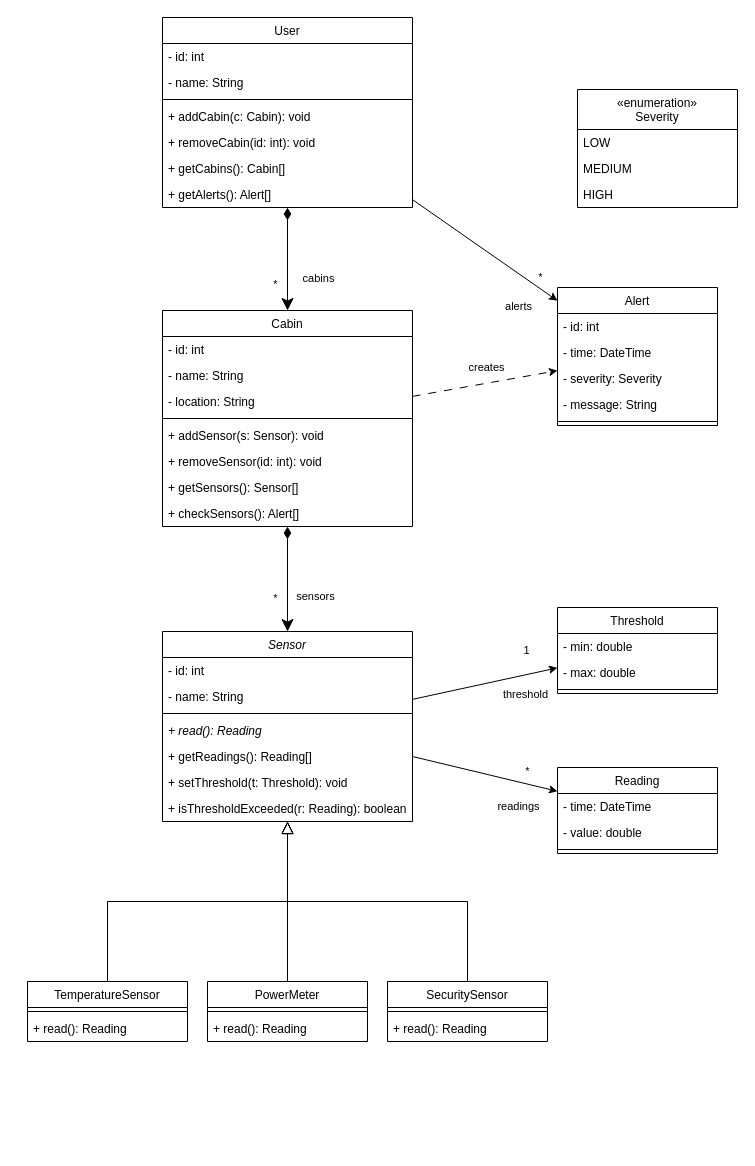
This is project/diagrams/input/class.drawio from Sergiu-Sturza/Assignment-1-Model-first-AI-second, a draw.io file, before an edit. Source tidied: cells renumbered, new cells numbered last; positions are measured from the earlier drawing's top-left corner, leaving out a move shared by most shapes. Both pictures are drawn from the tidied source at 100%, with x=0, y=0 at pixel (27, 17).
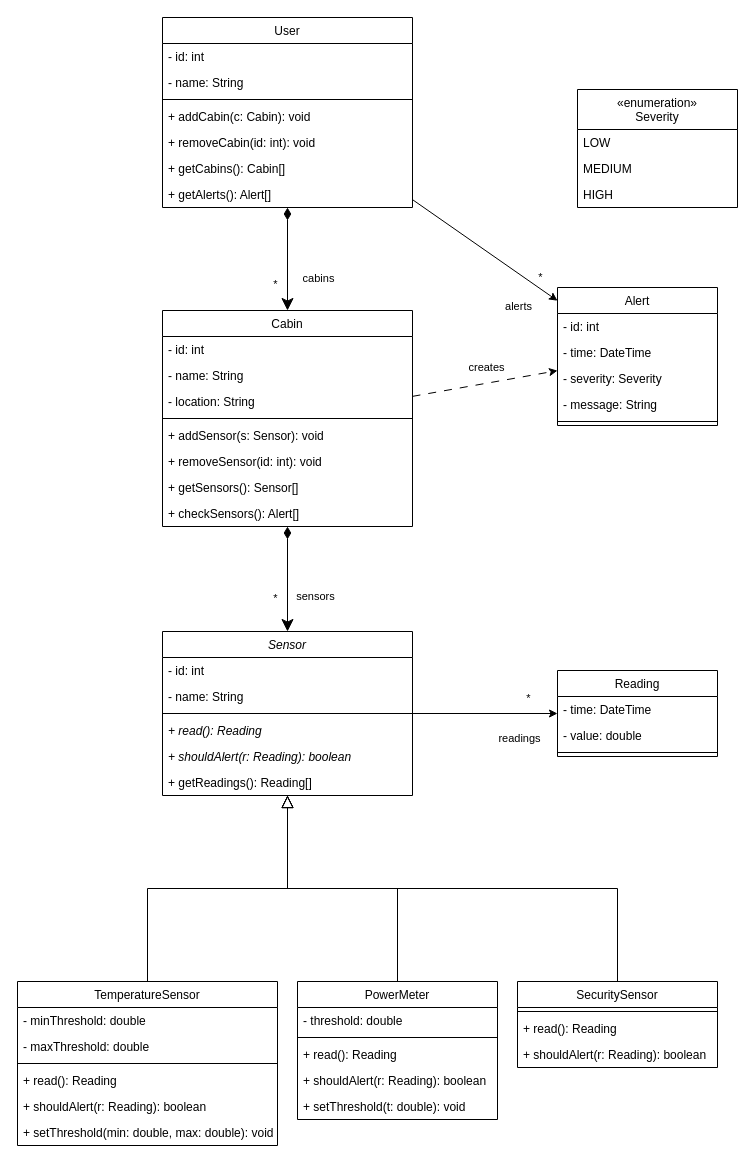
After the change.

Commit message:
update class diagram

Diff of the diagram source:
```diff
@@
-    <mxCell id="7" style="edgeStyle=none;html=1;" parent="1" edge="1" source="10" target="70">
-      <mxGeometry relative="1" as="geometry" />
-    </mxCell>
-    <mxCell id="8" value="1" style="edgeLabel;html=1;align=center;verticalAlign=middle;" parent="7" vertex="1">
-      <mxGeometry x="0.74" y="-2" relative="1" as="geometry">
-        <mxPoint x="-13" y="-24" as="offset" />
-      </mxGeometry>
-    </mxCell>
-    <mxCell id="9" value="threshold" style="edgeLabel;html=1;align=center;verticalAlign=middle;" parent="7" vertex="1">
-      <mxGeometry x="0.7" y="-4" relative="1" as="geometry">
-        <mxPoint x="-11" y="17" as="offset" />
-      </mxGeometry>
-    </mxCell>
     <mxCell id="10" value="Sensor" style="swimlane;fontStyle=2;align=center;verticalAlign=top;horizontal=1;startSize=26;rounded=0;shadow=0;strokeWidth=1;" parent="1" vertex="1">
-      <mxGeometry x="135" y="614" width="250" height="190" as="geometry" />
+      <mxGeometry x="135" y="614" width="250" height="164" as="geometry" />
     </mxCell>
@@
+    <mxCell id="17" value="+ shouldAlert(r: Reading): boolean" style="text;align=left;verticalAlign=top;spacingLeft=4;spacingRight=4;overflow=hidden;fontStyle=2;" parent="10" vertex="1">
+      <mxGeometry y="112" width="250" height="26" as="geometry" />
+    </mxCell>
     <mxCell id="15" value="+ getReadings(): Reading[]" style="text;align=left;verticalAlign=top;spacingLeft=4;spacingRight=4;overflow=hidden;fontStyle=0;" parent="10" vertex="1">
-      <mxGeometry y="112" width="250" height="26" as="geometry" />
+      <mxGeometry y="138" width="250" height="26" as="geometry" />
     </mxCell>
-    <mxCell id="16" value="+ setThreshold(t: Threshold): void" style="text;align=left;verticalAlign=top;spacingLeft=4;spacingRight=4;overflow=hidden;rounded=0;shadow=0;html=0;" parent="10" vertex="1">
-      <mxGeometry y="138" width="250" height="26" as="geometry" />
-    </mxCell>
-    <mxCell id="17" value="+ isThresholdExceeded(r: Reading): boolean" style="text;align=left;verticalAlign=top;spacingLeft=4;spacingRight=4;overflow=hidden;fontStyle=0;" parent="10" vertex="1">
-      <mxGeometry y="164" width="250" height="26" as="geometry" />
-    </mxCell>
     <mxCell id="18" value="TemperatureSensor" style="swimlane;fontStyle=0;align=center;verticalAlign=top;horizontal=1;startSize=26;rounded=0;shadow=0;strokeWidth=1;" parent="1" vertex="1">
-      <mxGeometry y="964" width="160" height="60" as="geometry" />
+      <mxGeometry x="-10" y="964" width="260" height="164" as="geometry" />
     </mxCell>
+    <mxCell id="74" value="- minThreshold: double" style="text;align=left;verticalAlign=top;spacingLeft=4;spacingRight=4;overflow=hidden;rounded=0;shadow=0;html=0;" parent="18" vertex="1">
+      <mxGeometry y="26" width="260" height="26" as="geometry" />
+    </mxCell>
+    <mxCell id="75" value="- maxThreshold: double" style="text;align=left;verticalAlign=top;spacingLeft=4;spacingRight=4;overflow=hidden;rounded=0;shadow=0;html=0;" parent="18" vertex="1">
+      <mxGeometry y="52" width="260" height="26" as="geometry" />
+    </mxCell>
     <mxCell id="19" style="line;html=1;strokeWidth=1;align=left;verticalAlign=middle;spacingTop=-1;spacingLeft=3;spacingRight=3;labelPosition=right;" parent="18" vertex="1">
-      <mxGeometry y="26" width="160" height="8" as="geometry" />
+      <mxGeometry y="78" width="260" height="8" as="geometry" />
     </mxCell>
     <mxCell id="20" value="+ read(): Reading" style="text;align=left;verticalAlign=top;spacingLeft=4;spacingRight=4;overflow=hidden;fontStyle=0;" parent="18" vertex="1">
-      <mxGeometry y="34" width="160" height="26" as="geometry" />
+      <mxGeometry y="86" width="260" height="26" as="geometry" />
     </mxCell>
+    <mxCell id="76" value="+ shouldAlert(r: Reading): boolean" style="text;align=left;verticalAlign=top;spacingLeft=4;spacingRight=4;overflow=hidden;fontStyle=0;" parent="18" vertex="1">
+      <mxGeometry y="112" width="260" height="26" as="geometry" />
+    </mxCell>
+    <mxCell id="77" value="+ setThreshold(min: double, max: double): void" style="text;align=left;verticalAlign=top;spacingLeft=4;spacingRight=4;overflow=hidden;rounded=0;shadow=0;html=0;" parent="18" vertex="1">
+      <mxGeometry y="138" width="260" height="26" as="geometry" />
+    </mxCell>
@@
     <mxCell id="23" value="PowerMeter" style="swimlane;fontStyle=0;align=center;verticalAlign=top;horizontal=1;startSize=26;rounded=0;shadow=0;strokeWidth=1;" parent="1" vertex="1">
-      <mxGeometry x="180" y="964" width="160" height="60" as="geometry" />
+      <mxGeometry x="270" y="964" width="200" height="138" as="geometry" />
     </mxCell>
+    <mxCell id="78" value="- threshold: double" style="text;align=left;verticalAlign=top;spacingLeft=4;spacingRight=4;overflow=hidden;rounded=0;shadow=0;html=0;" parent="23" vertex="1">
+      <mxGeometry y="26" width="200" height="26" as="geometry" />
+    </mxCell>
     <mxCell id="24" style="line;html=1;strokeWidth=1;align=left;verticalAlign=middle;spacingTop=-1;spacingLeft=3;spacingRight=3;labelPosition=right;" parent="23" vertex="1">
-      <mxGeometry y="26" width="160" height="8" as="geometry" />
+      <mxGeometry y="52" width="200" height="8" as="geometry" />
     </mxCell>
     <mxCell id="25" value="+ read(): Reading" style="text;align=left;verticalAlign=top;spacingLeft=4;spacingRight=4;overflow=hidden;fontStyle=0;" parent="23" vertex="1">
-      <mxGeometry y="34" width="160" height="26" as="geometry" />
+      <mxGeometry y="60" width="200" height="26" as="geometry" />
     </mxCell>
+    <mxCell id="79" value="+ shouldAlert(r: Reading): boolean" style="text;align=left;verticalAlign=top;spacingLeft=4;spacingRight=4;overflow=hidden;fontStyle=0;" parent="23" vertex="1">
+      <mxGeometry y="86" width="200" height="26" as="geometry" />
+    </mxCell>
+    <mxCell id="80" value="+ setThreshold(t: double): void" style="text;align=left;verticalAlign=top;spacingLeft=4;spacingRight=4;overflow=hidden;rounded=0;shadow=0;html=0;" parent="23" vertex="1">
+      <mxGeometry y="112" width="200" height="26" as="geometry" />
+    </mxCell>
     <mxCell id="26" value="SecuritySensor" style="swimlane;fontStyle=0;align=center;verticalAlign=top;horizontal=1;startSize=26;rounded=0;shadow=0;strokeWidth=1;" parent="1" vertex="1">
-      <mxGeometry x="360" y="964" width="160" height="60" as="geometry" />
+      <mxGeometry x="490" y="964" width="200" height="86" as="geometry" />
     </mxCell>
     <mxCell id="27" style="line;html=1;strokeWidth=1;align=left;verticalAlign=middle;spacingTop=-1;spacingLeft=3;spacingRight=3;labelPosition=right;" parent="26" vertex="1">
-      <mxGeometry y="26" width="160" height="8" as="geometry" />
+      <mxGeometry y="26" width="200" height="8" as="geometry" />
     </mxCell>
     <mxCell id="28" value="+ read(): Reading" style="text;align=left;verticalAlign=top;spacingLeft=4;spacingRight=4;overflow=hidden;fontStyle=0;" parent="26" vertex="1">
-      <mxGeometry y="34" width="160" height="26" as="geometry" />
+      <mxGeometry y="34" width="200" height="26" as="geometry" />
     </mxCell>
+    <mxCell id="81" value="+ shouldAlert(r: Reading): boolean" style="text;align=left;verticalAlign=top;spacingLeft=4;spacingRight=4;overflow=hidden;fontStyle=0;" parent="26" vertex="1">
+      <mxGeometry y="60" width="200" height="26" as="geometry" />
+    </mxCell>
@@
     <mxCell id="62" value="Reading" style="swimlane;fontStyle=0;align=center;verticalAlign=top;horizontal=1;startSize=26;rounded=0;shadow=0;strokeWidth=1;" parent="1" vertex="1">
-      <mxGeometry x="530" y="750" width="160" height="86" as="geometry" />
+      <mxGeometry x="530" y="653" width="160" height="86" as="geometry" />
     </mxCell>
@@
-    <mxCell id="70" value="Threshold" style="swimlane;fontStyle=0;align=center;verticalAlign=top;horizontal=1;startSize=26;rounded=0;shadow=0;strokeWidth=1;" parent="1" vertex="1">
-      <mxGeometry x="530" y="590" width="160" height="86" as="geometry" />
-    </mxCell>
-    <mxCell id="71" value="- min: double" style="text;align=left;verticalAlign=top;spacingLeft=4;spacingRight=4;overflow=hidden;rounded=0;shadow=0;html=0;" parent="70" vertex="1">
-      <mxGeometry y="26" width="160" height="26" as="geometry" />
-    </mxCell>
-    <mxCell id="72" value="- max: double" style="text;align=left;verticalAlign=top;spacingLeft=4;spacingRight=4;overflow=hidden;rounded=0;shadow=0;html=0;" parent="70" vertex="1">
-      <mxGeometry y="52" width="160" height="26" as="geometry" />
-    </mxCell>
-    <mxCell id="73" style="line;html=1;strokeWidth=1;align=left;verticalAlign=middle;spacingTop=-1;spacingLeft=3;spacingRight=3;labelPosition=right;" parent="70" vertex="1">
-      <mxGeometry y="78" width="160" height="8" as="geometry" />
-    </mxCell>
```
